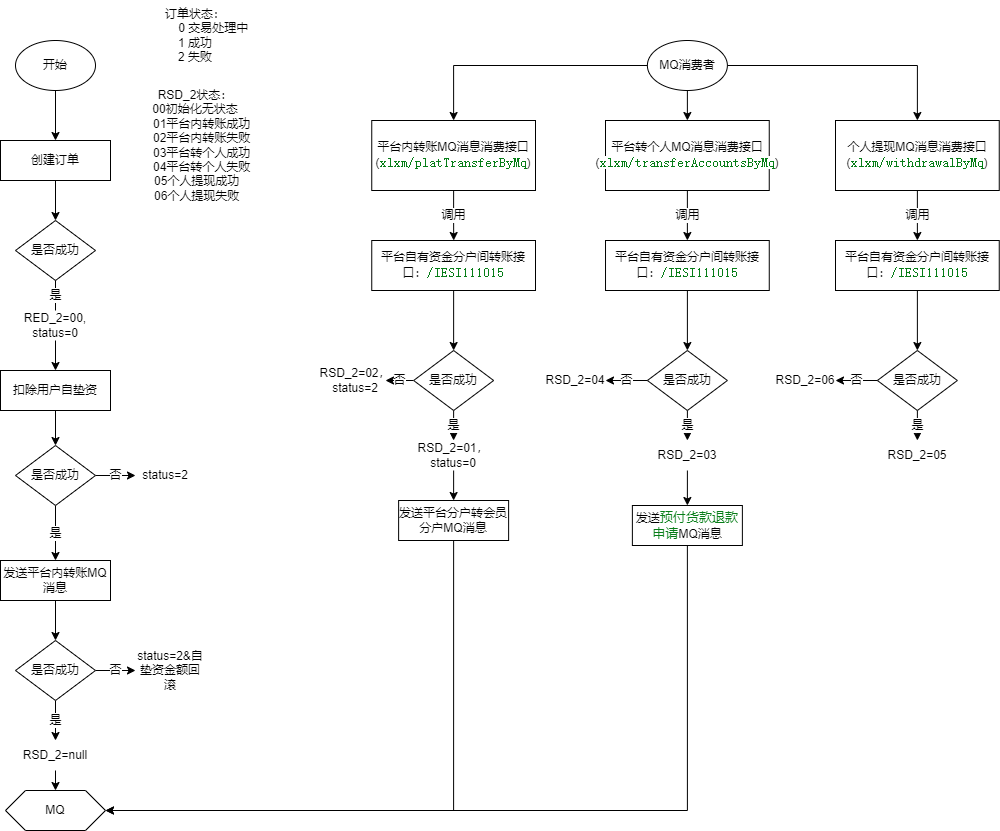
Before: 厦门国际代付订单状态流转.drawio.png, a diagram exported from draw.io (songyibo2019/mydiagrams). Source tidied: cells renumbered, new cells last; positions are measured from the earlier drawing's top-left corner, leaving out a move shared by most shapes.
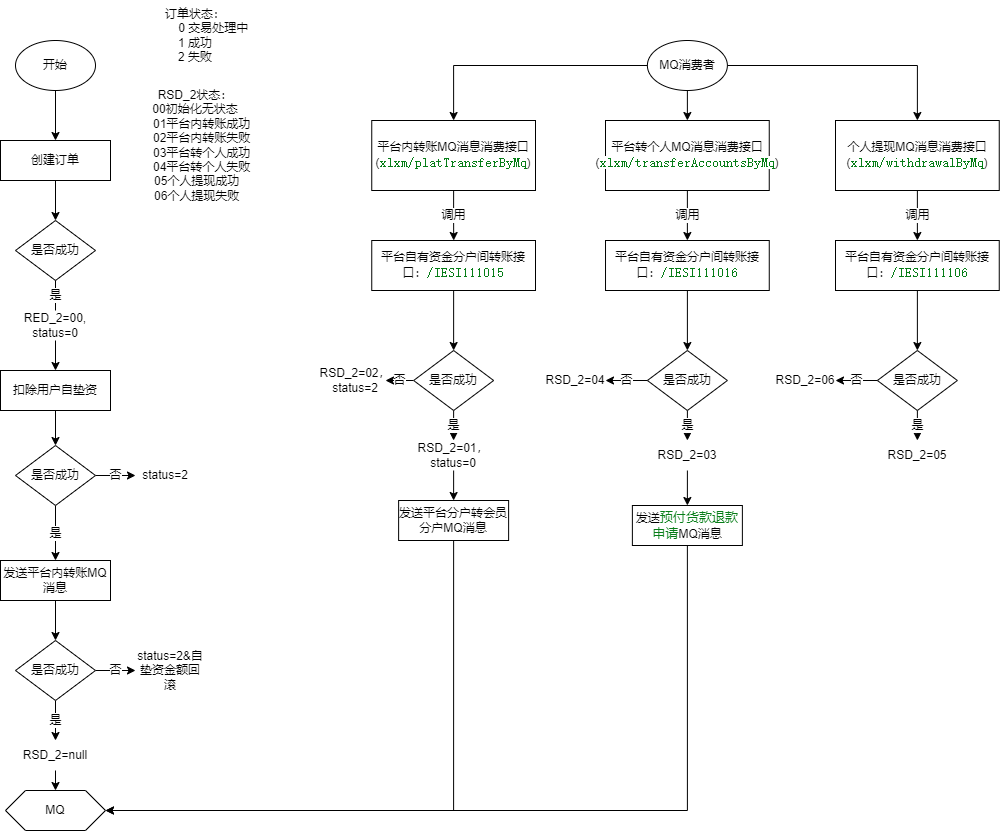
The same file after the commit.

Commit message:
Update 厦门国际代付订单状态流转.drawio.png

Diff of the diagram source:
```diff
@@ -131,13 +131,13 @@
     <mxCell id="44" style="edgeStyle=orthogonalEdgeStyle;rounded=0;jettySize=auto;html=1;exitX=0.5;exitY=1;exitDx=0;exitDy=0;" parent="1" edge="1" source="45" target="53">
       <mxGeometry relative="1" as="geometry" />
     </mxCell>
-    <mxCell id="45" value="平台自有资金分户间转账接口：&lt;span style=&quot;color: rgb(6 , 125 , 23) ; background-color: rgb(255 , 255 , 255) ; font-family: &amp;#34;jetbrains mono&amp;#34; , monospace ; font-size: 9.8pt&quot;&gt;/IESI111015&lt;/span&gt;" style="rounded=0;whiteSpace=wrap;html=1;" parent="1" vertex="1">
+    <mxCell id="45" value="平台自有资金分户间转账接口：&lt;span style=&quot;color: rgb(6 , 125 , 23) ; background-color: rgb(255 , 255 , 255) ; font-family: &amp;#34;jetbrains mono&amp;#34; , monospace ; font-size: 9.8pt&quot;&gt;/IESI111016&lt;/span&gt;" style="rounded=0;whiteSpace=wrap;html=1;" parent="1" vertex="1">
       <mxGeometry x="605" y="240" width="163.8" height="50" as="geometry" />
     </mxCell>
     <mxCell id="46" style="edgeStyle=orthogonalEdgeStyle;rounded=0;jettySize=auto;html=1;exitX=0.5;exitY=1;exitDx=0;exitDy=0;" parent="1" edge="1" source="47" target="56">
       <mxGeometry relative="1" as="geometry" />
     </mxCell>
-    <mxCell id="47" value="平台自有资金分户间转账接口：&lt;span style=&quot;color: rgb(6 , 125 , 23) ; background-color: rgb(255 , 255 , 255) ; font-family: &amp;#34;jetbrains mono&amp;#34; , monospace ; font-size: 9.8pt&quot;&gt;/IESI111015&lt;/span&gt;" style="rounded=0;whiteSpace=wrap;html=1;" parent="1" vertex="1">
+    <mxCell id="47" value="平台自有资金分户间转账接口：&lt;span style=&quot;color: rgb(6 , 125 , 23) ; background-color: rgb(255 , 255 , 255) ; font-family: &amp;#34;jetbrains mono&amp;#34; , monospace ; font-size: 9.8pt&quot;&gt;/IESI111106&lt;/span&gt;" style="rounded=0;whiteSpace=wrap;html=1;" parent="1" vertex="1">
       <mxGeometry x="835" y="240" width="163.8" height="50" as="geometry" />
     </mxCell>
     <mxCell id="48" value="MQ" style="shape=hexagon;perimeter=hexagonPerimeter2;whiteSpace=wrap;html=1;fixedSize=1;" parent="1" vertex="1">
```
